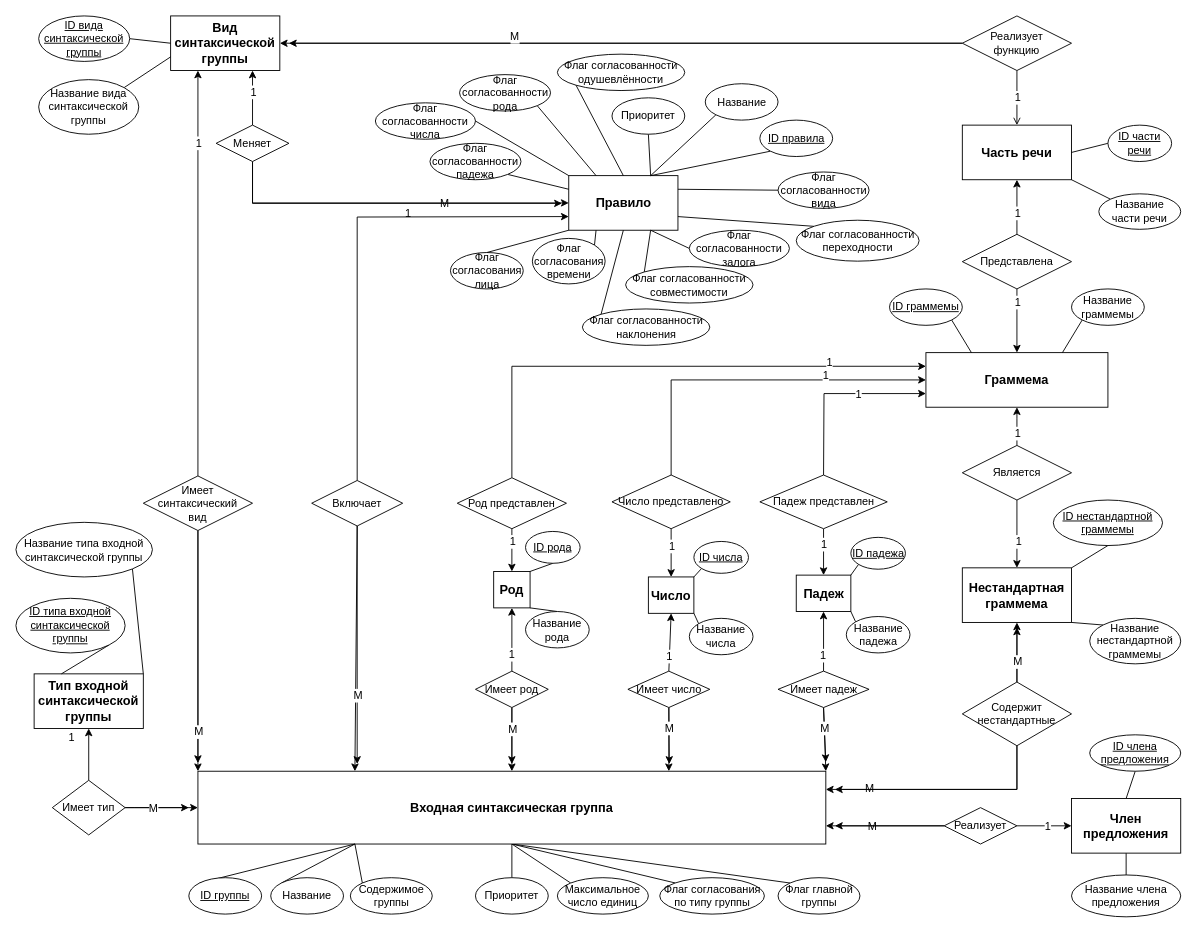
Before: Infological.drawio in DMfananddu/Diploma, a draw.io diagram. Source tidied: cells renumbered, new cells numbered last; positions are measured from the earlier drawing's top-left corner, leaving out a move shared by most shapes. Both pictures are drawn from the tidied source at 91%, with x=0, y=0 at pixel (15, 15).
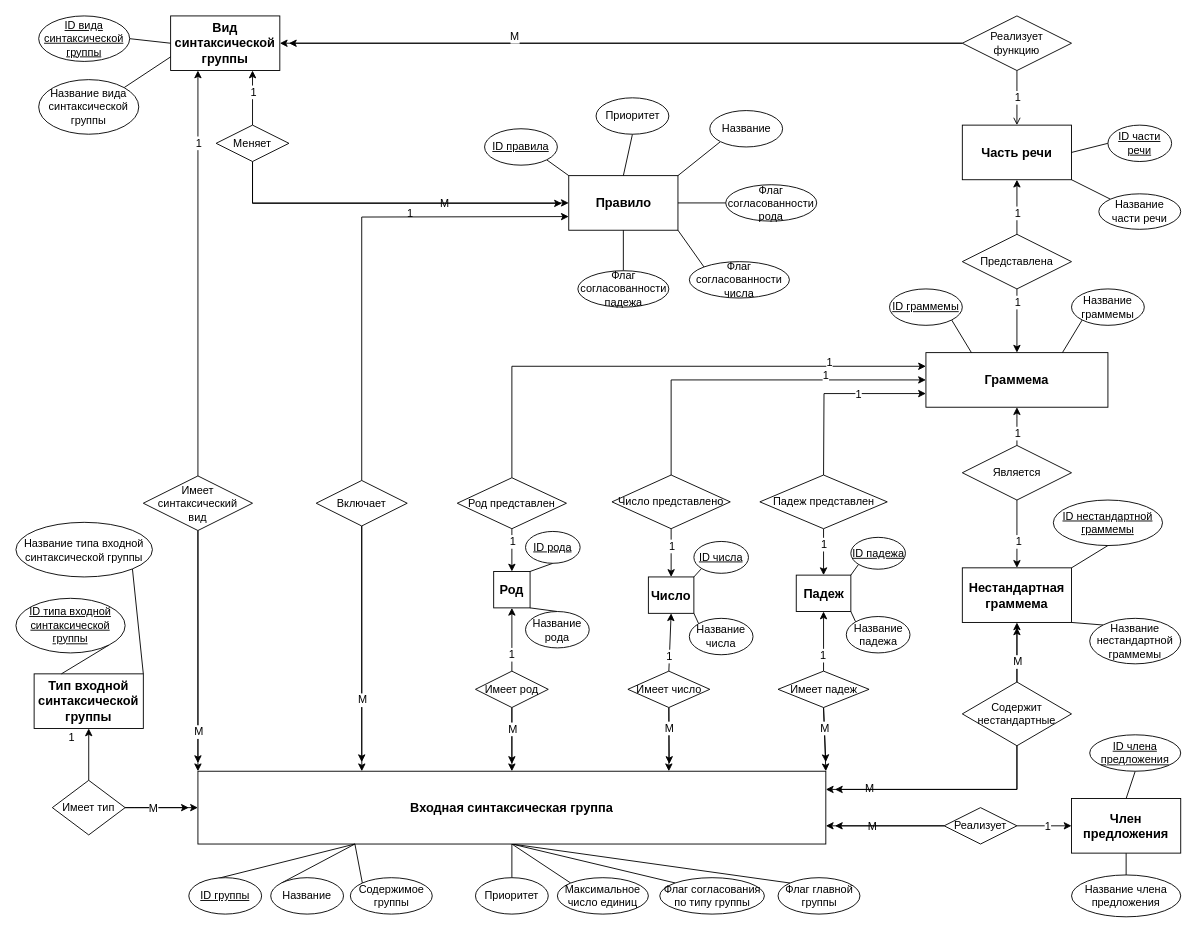
Above is the later version.

The change refers to these unchanged cells:
```xml
<mxCell id="6" value="Входная синтаксическая группа" style="rounded=0;whiteSpace=wrap;html=1;fontSize=14;fontStyle=1;" parent="1" vertex="1">
  <mxGeometry x="200" y="830" width="690" height="80" as="geometry" />
</mxCell>
<mxCell id="34" value="Правило" style="rounded=0;whiteSpace=wrap;html=1;fontSize=14;fontStyle=1;" parent="1" vertex="1">
  <mxGeometry x="607.5" y="175.5" width="120" height="60" as="geometry" />
</mxCell>
```

The edit, as a diff of the source:
```diff
@@
-    <mxCell id="28" style="edgeStyle=none;rounded=0;jettySize=auto;html=1;exitX=0.5;exitY=1;exitDx=0;exitDy=0;endArrow=classic;endFill=1;entryX=0.25;entryY=0;entryDx=0;entryDy=0;" parent="1" edge="1" source="33" target="6">
-      <mxGeometry relative="1" as="geometry" />
+    <mxCell id="28" style="edgeStyle=none;rounded=0;jettySize=auto;html=1;exitX=0.5;exitY=1;exitDx=0;exitDy=0;endArrow=classic;endFill=1;" parent="1" edge="1" source="33">
+      <mxGeometry relative="1" as="geometry">
+        <mxPoint x="380" y="820" as="targetPoint" />
+      </mxGeometry>
     </mxCell>
-    <mxCell id="29" style="rounded=0;jettySize=auto;html=1;exitX=0.5;exitY=1;exitDx=0;exitDy=0;startArrow=none;startFill=0;endArrow=classic;endFill=1;" parent="1" edge="1" source="33">
-      <mxGeometry relative="1" as="geometry">
-        <mxPoint x="375" y="822" as="targetPoint" />
-      </mxGeometry>
+    <mxCell id="29" style="rounded=0;jettySize=auto;html=1;exitX=0.5;exitY=1;exitDx=0;exitDy=0;startArrow=none;startFill=0;endArrow=classic;endFill=1;entryX=0.261;entryY=0;entryDx=0;entryDy=0;entryPerimeter=0;" parent="1" edge="1" source="33" target="6">
+      <mxGeometry relative="1" as="geometry" />
     </mxCell>
@@
     <mxCell id="31" style="edgeStyle=none;rounded=0;jettySize=auto;html=1;exitX=0.5;exitY=0;exitDx=0;exitDy=0;entryX=0;entryY=0.75;entryDx=0;entryDy=0;" parent="1" edge="1" source="33" target="34">
       <mxGeometry relative="1" as="geometry">
         <Array as="points">
-          <mxPoint x="375" y="221" />
+          <mxPoint x="380" y="221" />
         </Array>
       </mxGeometry>
     </mxCell>
@@
     <mxCell id="33" value="Включает" style="rhombus;whiteSpace=wrap;html=1;" parent="1" vertex="1">
-      <mxGeometry x="325" y="510.5" width="100" height="50" as="geometry" />
+      <mxGeometry x="330" y="510.5" width="100" height="50" as="geometry" />
     </mxCell>
@@
-    <mxCell id="35" style="edgeStyle=none;rounded=0;jettySize=auto;html=1;exitX=0;exitY=0.5;exitDx=0;exitDy=0;entryX=1;entryY=0.25;entryDx=0;entryDy=0;endArrow=none;endFill=0;" parent="1" edge="1" source="36" target="34">
-      <mxGeometry relative="1" as="geometry" />
-    </mxCell>
-    <mxCell id="36" value="Флаг согласованности вида" style="ellipse;whiteSpace=wrap;html=1;" parent="1" vertex="1">
-      <mxGeometry x="837.5" y="171.5" width="100" height="40" as="geometry" />
-    </mxCell>
-    <mxCell id="37" style="edgeStyle=none;rounded=0;jettySize=auto;html=1;exitX=1;exitY=1;exitDx=0;exitDy=0;entryX=0;entryY=0.25;entryDx=0;entryDy=0;endArrow=none;endFill=0;" parent="1" edge="1" source="38" target="34">
+    <mxCell id="37" style="edgeStyle=none;rounded=0;jettySize=auto;html=1;exitX=0.5;exitY=0;exitDx=0;exitDy=0;entryX=0.5;entryY=1;entryDx=0;entryDy=0;endArrow=none;endFill=0;" parent="1" edge="1" source="38" target="34">
       <mxGeometry relative="1" as="geometry" />
     </mxCell>
     <mxCell id="38" value="Флаг согласованности падежа" style="ellipse;whiteSpace=wrap;html=1;" parent="1" vertex="1">
-      <mxGeometry x="455" y="140" width="100" height="40" as="geometry" />
+      <mxGeometry x="617.5" y="280" width="100" height="40" as="geometry" />
     </mxCell>
-    <mxCell id="39" style="edgeStyle=none;rounded=0;jettySize=auto;html=1;exitX=1;exitY=1;exitDx=0;exitDy=0;entryX=0.25;entryY=0;entryDx=0;entryDy=0;endArrow=none;endFill=0;" parent="1" edge="1" source="40" target="34">
+    <mxCell id="39" style="edgeStyle=none;rounded=0;jettySize=auto;html=1;exitX=0;exitY=0.5;exitDx=0;exitDy=0;entryX=1;entryY=0.5;entryDx=0;entryDy=0;endArrow=none;endFill=0;" parent="1" edge="1" source="40" target="34">
       <mxGeometry relative="1" as="geometry" />
     </mxCell>
     <mxCell id="40" value="Флаг согласованности рода" style="ellipse;whiteSpace=wrap;html=1;" parent="1" vertex="1">
-      <mxGeometry x="487.5" y="64.5" width="100" height="40" as="geometry" />
+      <mxGeometry x="780" y="185.5" width="100" height="40" as="geometry" />
     </mxCell>
-    <mxCell id="41" style="edgeStyle=none;rounded=0;jettySize=auto;html=1;exitX=0.5;exitY=1;exitDx=0;exitDy=0;entryX=0.75;entryY=0;entryDx=0;entryDy=0;endArrow=none;endFill=0;" parent="1" edge="1" source="42" target="34">
+    <mxCell id="41" style="edgeStyle=none;rounded=0;jettySize=auto;html=1;exitX=0.5;exitY=1;exitDx=0;exitDy=0;entryX=0.5;entryY=0;entryDx=0;entryDy=0;endArrow=none;endFill=0;" parent="1" edge="1" source="42" target="34">
       <mxGeometry relative="1" as="geometry" />
     </mxCell>
     <mxCell id="42" value="Приоритет" style="ellipse;whiteSpace=wrap;html=1;" parent="1" vertex="1">
-      <mxGeometry x="655" y="90" width="80" height="40" as="geometry" />
+      <mxGeometry x="637.5" y="90" width="80" height="40" as="geometry" />
     </mxCell>
-    <mxCell id="43" style="edgeStyle=none;rounded=0;jettySize=auto;html=1;exitX=0;exitY=1;exitDx=0;exitDy=0;entryX=0.75;entryY=0;entryDx=0;entryDy=0;endArrow=none;endFill=0;" parent="1" edge="1" source="44" target="34">
+    <mxCell id="43" style="edgeStyle=none;rounded=0;jettySize=auto;html=1;exitX=1;exitY=1;exitDx=0;exitDy=0;entryX=0;entryY=0;entryDx=0;entryDy=0;endArrow=none;endFill=0;" parent="1" edge="1" source="44" target="34">
       <mxGeometry relative="1" as="geometry" />
     </mxCell>
     <mxCell id="44" value="&lt;u&gt;ID правила&lt;/u&gt;" style="ellipse;whiteSpace=wrap;html=1;" parent="1" vertex="1">
-      <mxGeometry x="817.5" y="114.5" width="80" height="40" as="geometry" />
+      <mxGeometry x="515" y="124" width="80" height="40" as="geometry" />
     </mxCell>
-    <mxCell id="45" style="edgeStyle=none;rounded=0;jettySize=auto;html=1;exitX=0.5;exitY=0;exitDx=0;exitDy=0;entryX=0;entryY=1;entryDx=0;entryDy=0;endArrow=none;endFill=0;" parent="1" edge="1" source="46" target="34">
-      <mxGeometry relative="1" as="geometry" />
-    </mxCell>
-    <mxCell id="46" value="Флаг согласования лица" style="ellipse;whiteSpace=wrap;html=1;" parent="1" vertex="1">
-      <mxGeometry x="477.5" y="260" width="80" height="40" as="geometry" />
-    </mxCell>
-    <mxCell id="47" style="edgeStyle=none;rounded=0;jettySize=auto;html=1;exitX=0;exitY=0;exitDx=0;exitDy=0;entryX=1;entryY=0.75;entryDx=0;entryDy=0;endArrow=none;endFill=0;" parent="1" edge="1" source="48" target="34">
-      <mxGeometry relative="1" as="geometry" />
-    </mxCell>
-    <mxCell id="48" value="Флаг согласованности переходности" style="ellipse;whiteSpace=wrap;html=1;" parent="1" vertex="1">
-      <mxGeometry x="857.5" y="224.5" width="135" height="45" as="geometry" />
-    </mxCell>
-    <mxCell id="49" style="edgeStyle=none;rounded=0;jettySize=auto;html=1;exitX=0;exitY=1;exitDx=0;exitDy=0;entryX=0.5;entryY=0;entryDx=0;entryDy=0;endArrow=none;endFill=0;" parent="1" edge="1" source="50" target="34">
-      <mxGeometry relative="1" as="geometry" />
-    </mxCell>
-    <mxCell id="50" value="Флаг согласованности одушевлённости" style="ellipse;whiteSpace=wrap;html=1;" parent="1" vertex="1">
-      <mxGeometry x="595" y="42" width="140" height="40" as="geometry" />
-    </mxCell>
-    <mxCell id="51" style="edgeStyle=none;rounded=0;jettySize=auto;html=1;exitX=1;exitY=0.5;exitDx=0;exitDy=0;entryX=0;entryY=0;entryDx=0;entryDy=0;endArrow=none;endFill=0;" parent="1" edge="1" source="52" target="34">
+    <mxCell id="51" style="edgeStyle=none;rounded=0;jettySize=auto;html=1;exitX=0;exitY=0;exitDx=0;exitDy=0;entryX=1;entryY=1;entryDx=0;entryDy=0;endArrow=none;endFill=0;" parent="1" edge="1" source="52" target="34">
       <mxGeometry relative="1" as="geometry" />
     </mxCell>
     <mxCell id="52" value="Флаг согласованности числа" style="ellipse;whiteSpace=wrap;html=1;" parent="1" vertex="1">
-      <mxGeometry x="395" y="95.5" width="110" height="40" as="geometry" />
+      <mxGeometry x="740" y="270" width="110" height="40" as="geometry" />
     </mxCell>
-    <mxCell id="53" style="edgeStyle=none;rounded=0;jettySize=auto;html=1;exitX=0;exitY=0.5;exitDx=0;exitDy=0;entryX=0.75;entryY=1;entryDx=0;entryDy=0;endArrow=none;endFill=0;" parent="1" edge="1" source="54" target="34">
-      <mxGeometry relative="1" as="geometry" />
-    </mxCell>
-    <mxCell id="54" value="Флаг согласованности залога" style="ellipse;whiteSpace=wrap;html=1;" parent="1" vertex="1">
-      <mxGeometry x="740" y="235.5" width="110" height="40" as="geometry" />
-    </mxCell>
-    <mxCell id="55" style="edgeStyle=none;rounded=0;jettySize=auto;html=1;exitX=0;exitY=0;exitDx=0;exitDy=0;entryX=0.75;entryY=1;entryDx=0;entryDy=0;endArrow=none;endFill=0;" parent="1" edge="1" source="56" target="34">
-      <mxGeometry relative="1" as="geometry" />
-    </mxCell>
-    <mxCell id="56" value="Флаг согласованности совместимости" style="ellipse;whiteSpace=wrap;html=1;" parent="1" vertex="1">
-      <mxGeometry x="670" y="275.5" width="140" height="40" as="geometry" />
-    </mxCell>
-    <mxCell id="57" style="edgeStyle=none;rounded=0;jettySize=auto;html=1;exitX=0;exitY=0;exitDx=0;exitDy=0;entryX=0.5;entryY=1;entryDx=0;entryDy=0;endArrow=none;endFill=0;" parent="1" edge="1" source="58" target="34">
-      <mxGeometry relative="1" as="geometry" />
-    </mxCell>
-    <mxCell id="58" value="Флаг согласованности наклонения" style="ellipse;whiteSpace=wrap;html=1;" parent="1" vertex="1">
-      <mxGeometry x="622.5" y="322" width="140" height="40" as="geometry" />
-    </mxCell>
-    <mxCell id="59" style="edgeStyle=none;rounded=0;jettySize=auto;html=1;exitX=1;exitY=0;exitDx=0;exitDy=0;entryX=0.25;entryY=1;entryDx=0;entryDy=0;endArrow=none;endFill=0;" parent="1" edge="1" source="60" target="34">
-      <mxGeometry relative="1" as="geometry" />
-    </mxCell>
-    <mxCell id="60" value="Флаг согласования времени" style="ellipse;whiteSpace=wrap;html=1;" parent="1" vertex="1">
-      <mxGeometry x="567.5" y="244.5" width="80" height="50" as="geometry" />
-    </mxCell>
-    <mxCell id="61" style="edgeStyle=none;rounded=0;jettySize=auto;html=1;exitX=0;exitY=1;exitDx=0;exitDy=0;entryX=0.75;entryY=0;entryDx=0;entryDy=0;endArrow=none;endFill=0;" parent="1" edge="1" source="62" target="34">
+    <mxCell id="61" style="edgeStyle=none;rounded=0;jettySize=auto;html=1;exitX=0;exitY=1;exitDx=0;exitDy=0;entryX=1;entryY=0;entryDx=0;entryDy=0;endArrow=none;endFill=0;" parent="1" edge="1" source="62" target="34">
       <mxGeometry relative="1" as="geometry" />
     </mxCell>
     <mxCell id="62" value="Название" style="ellipse;whiteSpace=wrap;html=1;" parent="1" vertex="1">
-      <mxGeometry x="757.5" y="74.5" width="80" height="40" as="geometry" />
+      <mxGeometry x="762.5" y="104" width="80" height="40" as="geometry" />
     </mxCell>
```
